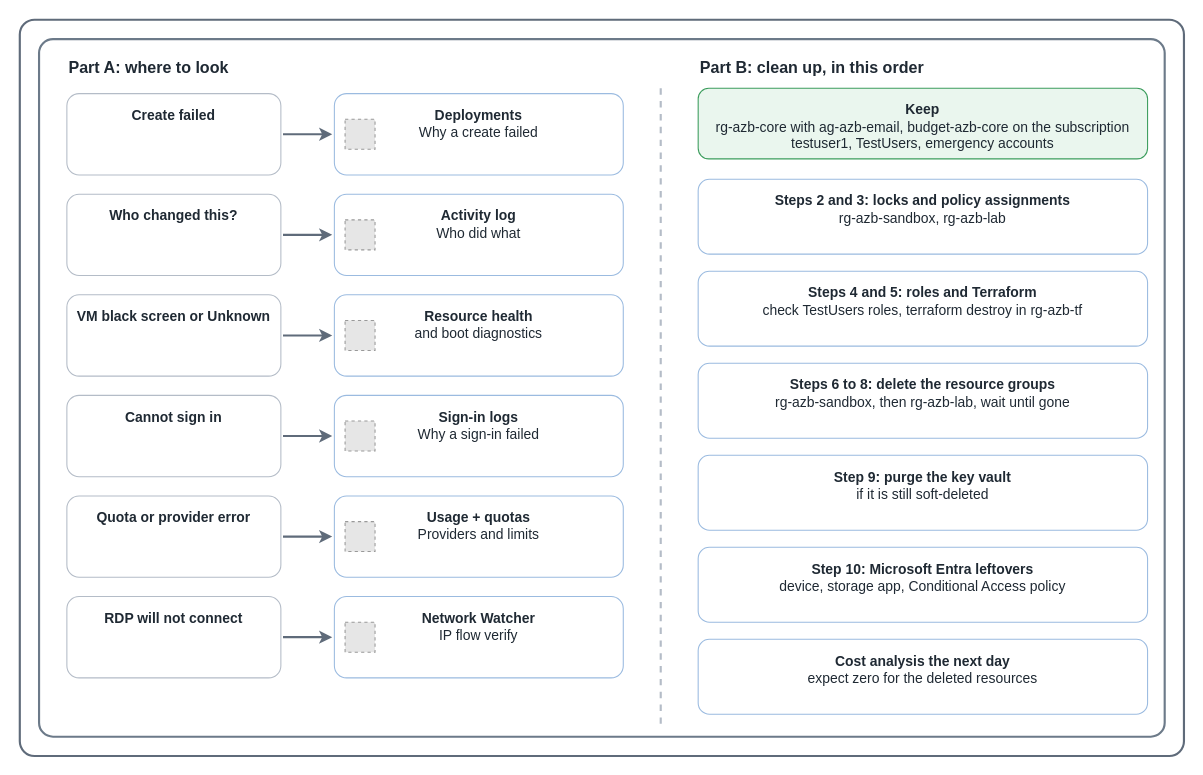
AddySidd27/cloud-ai-notes keeps this draw.io diagram as src/img/basics/when-something-breaks.drawio. Above is the earlier version. Source tidied: cells renumbered, new cells numbered last; positions are measured from the earlier drawing's top-left corner, leaving out a move shared by most shapes. Both pictures are drawn from the tidied source at 107%, with x=0, y=0 at pixel (19, 19). Pictures stored in the file or linked from it are replaced by grey dashed boxes.
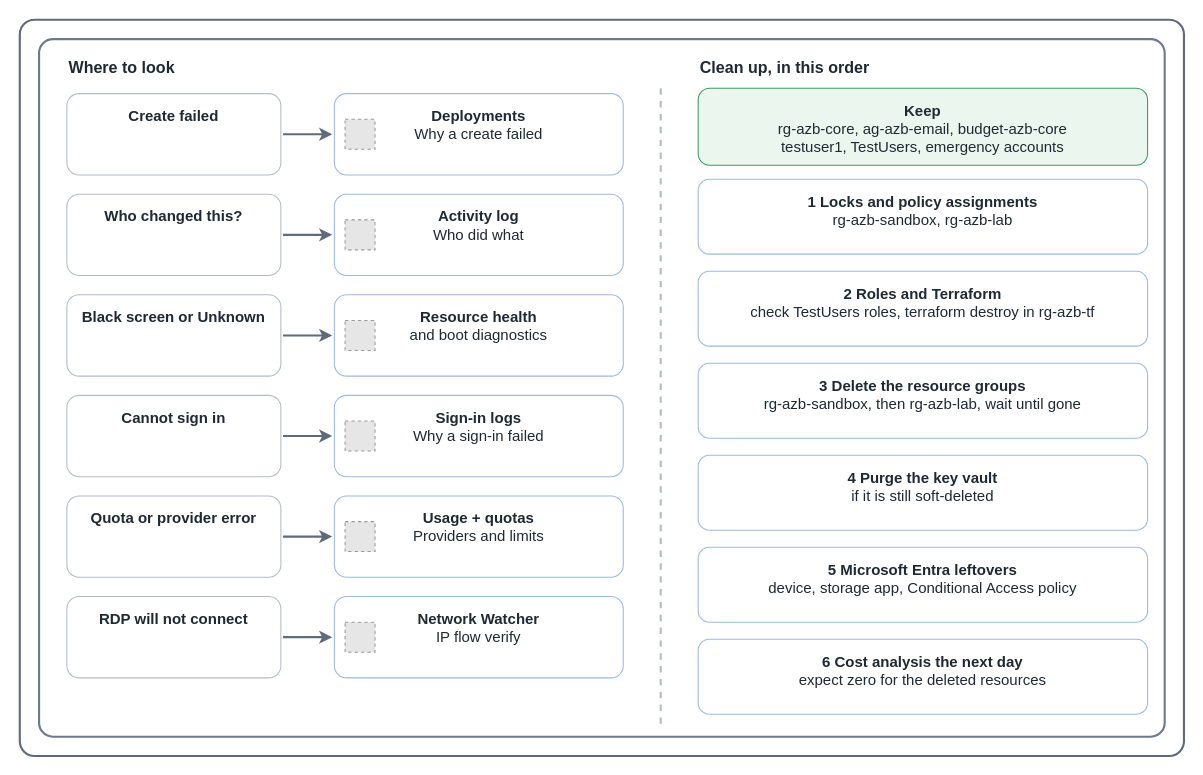
The same diagram, later.

Diff of the diagram source:
```diff
@@
-    <mxCell id="4" value="&lt;b&gt;Part A: where to look&lt;/b&gt;" style="text;html=1;align=left;verticalAlign=middle;fontSize=15;fontColor=#1f2933;" parent="1" vertex="1">
+    <mxCell id="4" value="&lt;b&gt;Where to look&lt;/b&gt;" style="text;html=1;align=left;verticalAlign=middle;fontSize=15;fontColor=#1f2933;" parent="1" vertex="1">
       <mxGeometry x="44" y="32" width="520" height="24" as="geometry" />
     </mxCell>
-    <mxCell id="5" value="&lt;b&gt;Part B: clean up, in this order&lt;/b&gt;" style="text;html=1;align=left;verticalAlign=middle;fontSize=15;fontColor=#1f2933;" parent="1" vertex="1">
+    <mxCell id="5" value="&lt;b&gt;Clean up, in this order&lt;/b&gt;" style="text;html=1;align=left;verticalAlign=middle;fontSize=15;fontColor=#1f2933;" parent="1" vertex="1">
       <mxGeometry x="634" y="32" width="420" height="24" as="geometry" />
     </mxCell>
-    <mxCell id="6" value="&lt;b&gt;Create failed&lt;/b&gt;&lt;br&gt;" style="rounded=1;whiteSpace=wrap;html=1;fillColor=#ffffff;strokeColor=#b4bcc7;fontSize=13;fontColor=#1f2933;verticalAlign=top;spacingTop=6;" parent="1" vertex="1">
+    <mxCell id="6" value="&lt;b&gt;Create failed&lt;/b&gt;&lt;br&gt;" style="rounded=1;whiteSpace=wrap;html=1;fillColor=#ffffff;strokeColor=#b4bcc7;fontSize=14;fontColor=#1f2933;verticalAlign=top;spacingTop=6;" parent="1" vertex="1">
       <mxGeometry x="44" y="69" width="200" height="76" as="geometry" />
     </mxCell>
-    <mxCell id="7" value="&lt;b&gt;Deployments&lt;/b&gt;&lt;br&gt;Why a create failed" style="rounded=1;whiteSpace=wrap;html=1;fillColor=#ffffff;strokeColor=#9bbbe0;fontSize=13;fontColor=#1f2933;verticalAlign=top;spacingTop=6;" parent="1" vertex="1">
+    <mxCell id="7" value="&lt;b&gt;Deployments&lt;/b&gt;&lt;br&gt;Why a create failed" style="rounded=1;whiteSpace=wrap;html=1;fillColor=#ffffff;strokeColor=#9bbbe0;fontSize=14;fontColor=#1f2933;verticalAlign=top;spacingTop=6;" parent="1" vertex="1">
       <mxGeometry x="294" y="69" width="270" height="76" as="geometry" />
     </mxCell>
@@
-    <mxCell id="10" value="&lt;b&gt;Who changed this?&lt;/b&gt;&lt;br&gt;" style="rounded=1;whiteSpace=wrap;html=1;fillColor=#ffffff;strokeColor=#b4bcc7;fontSize=13;fontColor=#1f2933;verticalAlign=top;spacingTop=6;" parent="1" vertex="1">
+    <mxCell id="10" value="&lt;b&gt;Who changed this?&lt;/b&gt;&lt;br&gt;" style="rounded=1;whiteSpace=wrap;html=1;fillColor=#ffffff;strokeColor=#b4bcc7;fontSize=14;fontColor=#1f2933;verticalAlign=top;spacingTop=6;" parent="1" vertex="1">
       <mxGeometry x="44" y="163" width="200" height="76" as="geometry" />
     </mxCell>
-    <mxCell id="11" value="&lt;b&gt;Activity log&lt;/b&gt;&lt;br&gt;Who did what" style="rounded=1;whiteSpace=wrap;html=1;fillColor=#ffffff;strokeColor=#9bbbe0;fontSize=13;fontColor=#1f2933;verticalAlign=top;spacingTop=6;" parent="1" vertex="1">
+    <mxCell id="11" value="&lt;b&gt;Activity log&lt;/b&gt;&lt;br&gt;Who did what" style="rounded=1;whiteSpace=wrap;html=1;fillColor=#ffffff;strokeColor=#9bbbe0;fontSize=14;fontColor=#1f2933;verticalAlign=top;spacingTop=6;" parent="1" vertex="1">
       <mxGeometry x="294" y="163" width="270" height="76" as="geometry" />
     </mxCell>
@@
-    <mxCell id="14" value="&lt;b&gt;VM black screen or Unknown&lt;/b&gt;&lt;br&gt;" style="rounded=1;whiteSpace=wrap;html=1;fillColor=#ffffff;strokeColor=#b4bcc7;fontSize=13;fontColor=#1f2933;verticalAlign=top;spacingTop=6;" parent="1" vertex="1">
+    <mxCell id="14" value="&lt;b&gt;Black screen or Unknown&lt;/b&gt;&lt;br&gt;" style="rounded=1;whiteSpace=wrap;html=1;fillColor=#ffffff;strokeColor=#b4bcc7;fontSize=14;fontColor=#1f2933;verticalAlign=top;spacingTop=6;" parent="1" vertex="1">
       <mxGeometry x="44" y="257" width="200" height="76" as="geometry" />
     </mxCell>
-    <mxCell id="15" value="&lt;b&gt;Resource health&lt;/b&gt;&lt;br&gt;and boot diagnostics" style="rounded=1;whiteSpace=wrap;html=1;fillColor=#ffffff;strokeColor=#9bbbe0;fontSize=13;fontColor=#1f2933;verticalAlign=top;spacingTop=6;" parent="1" vertex="1">
+    <mxCell id="15" value="&lt;b&gt;Resource health&lt;/b&gt;&lt;br&gt;and boot diagnostics" style="rounded=1;whiteSpace=wrap;html=1;fillColor=#ffffff;strokeColor=#9bbbe0;fontSize=14;fontColor=#1f2933;verticalAlign=top;spacingTop=6;" parent="1" vertex="1">
       <mxGeometry x="294" y="257" width="270" height="76" as="geometry" />
     </mxCell>
@@
-    <mxCell id="18" value="&lt;b&gt;Cannot sign in&lt;/b&gt;&lt;br&gt;" style="rounded=1;whiteSpace=wrap;html=1;fillColor=#ffffff;strokeColor=#b4bcc7;fontSize=13;fontColor=#1f2933;verticalAlign=top;spacingTop=6;" parent="1" vertex="1">
+    <mxCell id="18" value="&lt;b&gt;Cannot sign in&lt;/b&gt;&lt;br&gt;" style="rounded=1;whiteSpace=wrap;html=1;fillColor=#ffffff;strokeColor=#b4bcc7;fontSize=14;fontColor=#1f2933;verticalAlign=top;spacingTop=6;" parent="1" vertex="1">
       <mxGeometry x="44" y="351" width="200" height="76" as="geometry" />
     </mxCell>
-    <mxCell id="19" value="&lt;b&gt;Sign-in logs&lt;/b&gt;&lt;br&gt;Why a sign-in failed" style="rounded=1;whiteSpace=wrap;html=1;fillColor=#ffffff;strokeColor=#9bbbe0;fontSize=13;fontColor=#1f2933;verticalAlign=top;spacingTop=6;" parent="1" vertex="1">
+    <mxCell id="19" value="&lt;b&gt;Sign-in logs&lt;/b&gt;&lt;br&gt;Why a sign-in failed" style="rounded=1;whiteSpace=wrap;html=1;fillColor=#ffffff;strokeColor=#9bbbe0;fontSize=14;fontColor=#1f2933;verticalAlign=top;spacingTop=6;" parent="1" vertex="1">
       <mxGeometry x="294" y="351" width="270" height="76" as="geometry" />
     </mxCell>
@@
-    <mxCell id="22" value="&lt;b&gt;Quota or provider error&lt;/b&gt;&lt;br&gt;" style="rounded=1;whiteSpace=wrap;html=1;fillColor=#ffffff;strokeColor=#b4bcc7;fontSize=13;fontColor=#1f2933;verticalAlign=top;spacingTop=6;" parent="1" vertex="1">
+    <mxCell id="22" value="&lt;b&gt;Quota or provider error&lt;/b&gt;&lt;br&gt;" style="rounded=1;whiteSpace=wrap;html=1;fillColor=#ffffff;strokeColor=#b4bcc7;fontSize=14;fontColor=#1f2933;verticalAlign=top;spacingTop=6;" parent="1" vertex="1">
       <mxGeometry x="44" y="445" width="200" height="76" as="geometry" />
     </mxCell>
-    <mxCell id="23" value="&lt;b&gt;Usage + quotas&lt;/b&gt;&lt;br&gt;Providers and limits" style="rounded=1;whiteSpace=wrap;html=1;fillColor=#ffffff;strokeColor=#9bbbe0;fontSize=13;fontColor=#1f2933;verticalAlign=top;spacingTop=6;" parent="1" vertex="1">
+    <mxCell id="23" value="&lt;b&gt;Usage + quotas&lt;/b&gt;&lt;br&gt;Providers and limits" style="rounded=1;whiteSpace=wrap;html=1;fillColor=#ffffff;strokeColor=#9bbbe0;fontSize=14;fontColor=#1f2933;verticalAlign=top;spacingTop=6;" parent="1" vertex="1">
       <mxGeometry x="294" y="445" width="270" height="76" as="geometry" />
     </mxCell>
@@
-    <mxCell id="26" value="&lt;b&gt;RDP will not connect&lt;/b&gt;&lt;br&gt;" style="rounded=1;whiteSpace=wrap;html=1;fillColor=#ffffff;strokeColor=#b4bcc7;fontSize=13;fontColor=#1f2933;verticalAlign=top;spacingTop=6;" parent="1" vertex="1">
+    <mxCell id="26" value="&lt;b&gt;RDP will not connect&lt;/b&gt;&lt;br&gt;" style="rounded=1;whiteSpace=wrap;html=1;fillColor=#ffffff;strokeColor=#b4bcc7;fontSize=14;fontColor=#1f2933;verticalAlign=top;spacingTop=6;" parent="1" vertex="1">
       <mxGeometry x="44" y="539" width="200" height="76" as="geometry" />
     </mxCell>
-    <mxCell id="27" value="&lt;b&gt;Network Watcher&lt;/b&gt;&lt;br&gt;IP flow verify" style="rounded=1;whiteSpace=wrap;html=1;fillColor=#ffffff;strokeColor=#9bbbe0;fontSize=13;fontColor=#1f2933;verticalAlign=top;spacingTop=6;" parent="1" vertex="1">
+    <mxCell id="27" value="&lt;b&gt;Network Watcher&lt;/b&gt;&lt;br&gt;IP flow verify" style="rounded=1;whiteSpace=wrap;html=1;fillColor=#ffffff;strokeColor=#9bbbe0;fontSize=14;fontColor=#1f2933;verticalAlign=top;spacingTop=6;" parent="1" vertex="1">
       <mxGeometry x="294" y="539" width="270" height="76" as="geometry" />
     </mxCell>
@@
-    <mxCell id="31" value="&lt;b&gt;Keep&lt;/b&gt;&lt;br&gt;rg-azb-core with ag-azb-email, budget-azb-core on the subscription&lt;br&gt;testuser1, TestUsers, emergency accounts" style="rounded=1;whiteSpace=wrap;html=1;fillColor=#eaf6ee;strokeColor=#3c9d5d;fontSize=13;fontColor=#1f2933;verticalAlign=top;spacingTop=6;" parent="1" vertex="1">
-      <mxGeometry x="634" y="64" width="420" height="66" as="geometry" />
+    <mxCell id="31" value="&lt;b&gt;Keep&lt;/b&gt;&lt;br&gt;rg-azb-core, ag-azb-email, budget-azb-core&lt;br&gt;testuser1, TestUsers, emergency accounts" style="rounded=1;whiteSpace=wrap;html=1;fillColor=#eaf6ee;strokeColor=#3c9d5d;fontSize=14;fontColor=#1f2933;verticalAlign=top;spacingTop=6;" parent="1" vertex="1">
+      <mxGeometry x="634" y="64" width="420" height="72" as="geometry" />
     </mxCell>
-    <mxCell id="32" value="&lt;b&gt;Steps 2 and 3: locks and policy assignments&lt;/b&gt;&lt;br&gt;rg-azb-sandbox, rg-azb-lab" style="rounded=1;whiteSpace=wrap;html=1;fillColor=#ffffff;strokeColor=#9bbbe0;fontSize=13;fontColor=#1f2933;verticalAlign=top;spacingTop=6;" parent="1" vertex="1">
+    <mxCell id="32" value="&lt;b&gt;1 Locks and policy assignments&lt;/b&gt;&lt;br&gt;rg-azb-sandbox, rg-azb-lab" style="rounded=1;whiteSpace=wrap;html=1;fillColor=#ffffff;strokeColor=#9bbbe0;fontSize=14;fontColor=#1f2933;verticalAlign=top;spacingTop=6;" parent="1" vertex="1">
       <mxGeometry x="634" y="149" width="420" height="70" as="geometry" />
     </mxCell>
-    <mxCell id="33" value="&lt;b&gt;Steps 4 and 5: roles and Terraform&lt;/b&gt;&lt;br&gt;check TestUsers roles, terraform destroy in rg-azb-tf" style="rounded=1;whiteSpace=wrap;html=1;fillColor=#ffffff;strokeColor=#9bbbe0;fontSize=13;fontColor=#1f2933;verticalAlign=top;spacingTop=6;" parent="1" vertex="1">
+    <mxCell id="33" value="&lt;b&gt;2 Roles and Terraform&lt;/b&gt;&lt;br&gt;check TestUsers roles, terraform destroy in rg-azb-tf" style="rounded=1;whiteSpace=wrap;html=1;fillColor=#ffffff;strokeColor=#9bbbe0;fontSize=14;fontColor=#1f2933;verticalAlign=top;spacingTop=6;" parent="1" vertex="1">
       <mxGeometry x="634" y="235" width="420" height="70" as="geometry" />
     </mxCell>
-    <mxCell id="34" value="&lt;b&gt;Steps 6 to 8: delete the resource groups&lt;/b&gt;&lt;br&gt;rg-azb-sandbox, then rg-azb-lab, wait until gone" style="rounded=1;whiteSpace=wrap;html=1;fillColor=#ffffff;strokeColor=#9bbbe0;fontSize=13;fontColor=#1f2933;verticalAlign=top;spacingTop=6;" parent="1" vertex="1">
+    <mxCell id="34" value="&lt;b&gt;3 Delete the resource groups&lt;/b&gt;&lt;br&gt;rg-azb-sandbox, then rg-azb-lab, wait until gone" style="rounded=1;whiteSpace=wrap;html=1;fillColor=#ffffff;strokeColor=#9bbbe0;fontSize=14;fontColor=#1f2933;verticalAlign=top;spacingTop=6;" parent="1" vertex="1">
       <mxGeometry x="634" y="321" width="420" height="70" as="geometry" />
     </mxCell>
-    <mxCell id="35" value="&lt;b&gt;Step 9: purge the key vault&lt;/b&gt;&lt;br&gt;if it is still soft-deleted" style="rounded=1;whiteSpace=wrap;html=1;fillColor=#ffffff;strokeColor=#9bbbe0;fontSize=13;fontColor=#1f2933;verticalAlign=top;spacingTop=6;" parent="1" vertex="1">
+    <mxCell id="35" value="&lt;b&gt;4 Purge the key vault&lt;/b&gt;&lt;br&gt;if it is still soft-deleted" style="rounded=1;whiteSpace=wrap;html=1;fillColor=#ffffff;strokeColor=#9bbbe0;fontSize=14;fontColor=#1f2933;verticalAlign=top;spacingTop=6;" parent="1" vertex="1">
       <mxGeometry x="634" y="407" width="420" height="70" as="geometry" />
     </mxCell>
-    <mxCell id="36" value="&lt;b&gt;Step 10: Microsoft Entra leftovers&lt;/b&gt;&lt;br&gt;device, storage app, Conditional Access policy" style="rounded=1;whiteSpace=wrap;html=1;fillColor=#ffffff;strokeColor=#9bbbe0;fontSize=13;fontColor=#1f2933;verticalAlign=top;spacingTop=6;" parent="1" vertex="1">
+    <mxCell id="36" value="&lt;b&gt;5 Microsoft Entra leftovers&lt;/b&gt;&lt;br&gt;device, storage app, Conditional Access policy" style="rounded=1;whiteSpace=wrap;html=1;fillColor=#ffffff;strokeColor=#9bbbe0;fontSize=14;fontColor=#1f2933;verticalAlign=top;spacingTop=6;" parent="1" vertex="1">
       <mxGeometry x="634" y="493" width="420" height="70" as="geometry" />
     </mxCell>
-    <mxCell id="37" value="&lt;b&gt;Cost analysis the next day&lt;/b&gt;&lt;br&gt;expect zero for the deleted resources" style="rounded=1;whiteSpace=wrap;html=1;fillColor=#ffffff;strokeColor=#9bbbe0;fontSize=13;fontColor=#1f2933;verticalAlign=top;spacingTop=6;" parent="1" vertex="1">
+    <mxCell id="37" value="&lt;b&gt;6 Cost analysis the next day&lt;/b&gt;&lt;br&gt;expect zero for the deleted resources" style="rounded=1;whiteSpace=wrap;html=1;fillColor=#ffffff;strokeColor=#9bbbe0;fontSize=14;fontColor=#1f2933;verticalAlign=top;spacingTop=6;" parent="1" vertex="1">
       <mxGeometry x="634" y="579" width="420" height="70" as="geometry" />
     </mxCell>
```
